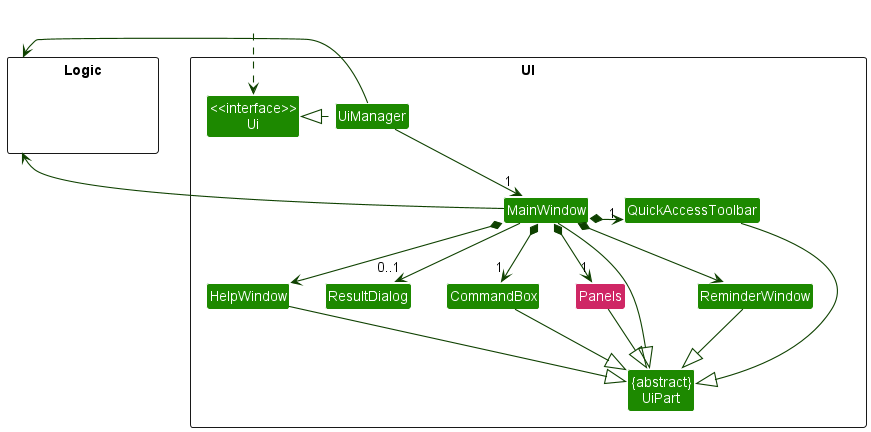
Earlier version of the PlantUML export docs/images/UiClassDiagram.png (nus-cs2103-AY2223S2/tp).
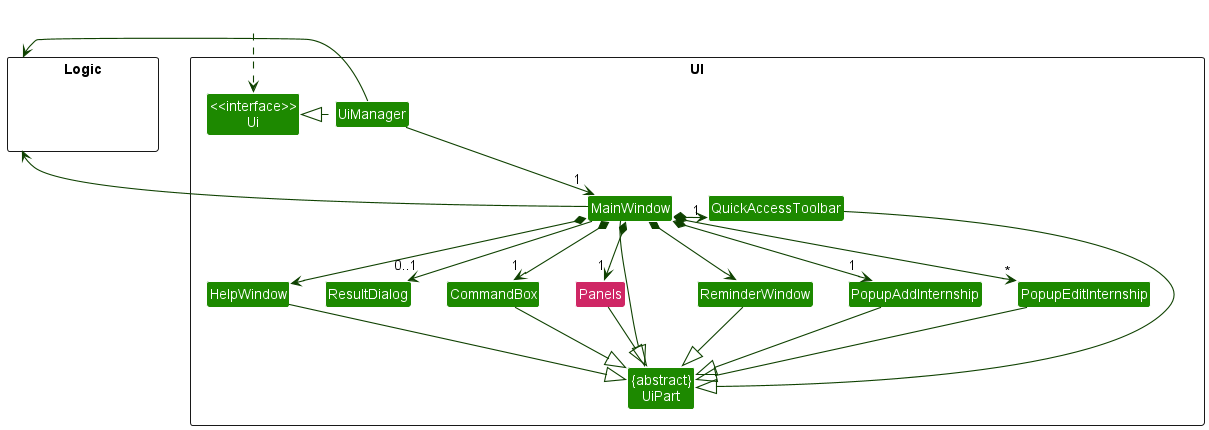
Later version of the same file.

Change to the diagram source:
```diff
@@ -15,6 +15,8 @@
 Class ResultDialog
 Class Panels #CF2765
 Class QuickAccessToolbar
+Class PopupAddInternship
+Class PopupEditInternship
 }
 
 package Logic <<Rectangle>> {
@@ -32,6 +34,8 @@
 MainWindow --> "0..1" ResultDialog
 MainWindow *-down-> "1" Panels
 MainWindow *-down-> "1" QuickAccessToolbar
+MainWindow *-down-> "1" PopupAddInternship
+MainWindow *-down-> "*" PopupEditInternship
 
 MainWindow --|> UiPart
 CommandBox --|> UiPart
@@ -39,6 +43,8 @@
 ReminderWindow --|> UiPart
 Panels --|> UiPart
 QuickAccessToolbar --|> UiPart
+PopupAddInternship --|> UiPart
+PopupEditInternship --|> UiPart
 
 UiManager -left-> Logic
 MainWindow -left-> Logic
```
